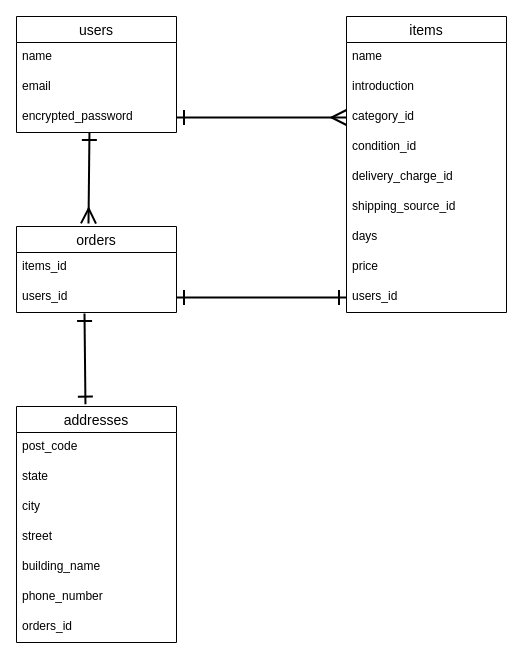
Earlier version of the draw.io diagram ER.dio (sitimi/furima-39707). Source tidied: cells renumbered, new cells numbered last; positions are measured from the earlier drawing's top-left corner, leaving out a move shared by most shapes. Both pictures are drawn from the tidied source at 100%, with x=0, y=0 at pixel (16, 16).
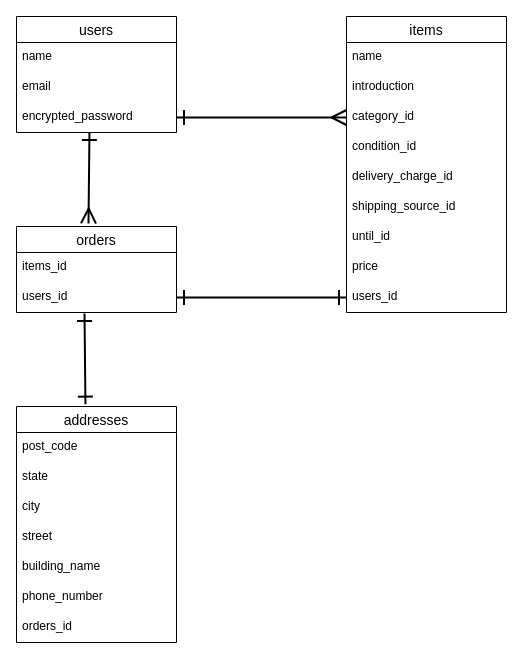
Above is the later version.

The change refers to these unchanged cells:
```xml
<mxCell id="6" value="items" style="swimlane;fontStyle=0;horizontal=1;startSize=26;align=center;fontSize=14;" parent="1" vertex="1">
  <mxGeometry x="330" width="160" height="296" as="geometry" />
</mxCell>
```

Change to the diagram source:
```diff
@@
-    <mxCell id="13" value="days" style="text;strokeColor=none;fillColor=none;spacingLeft=4;spacingRight=4;overflow=hidden;fontSize=12;" parent="6" vertex="1">
+    <mxCell id="13" value="until_id" style="text;strokeColor=none;fillColor=none;spacingLeft=4;spacingRight=4;overflow=hidden;fontSize=12;" parent="6" vertex="1">
       <mxGeometry y="206" width="160" height="30" as="geometry" />
     </mxCell>
```
